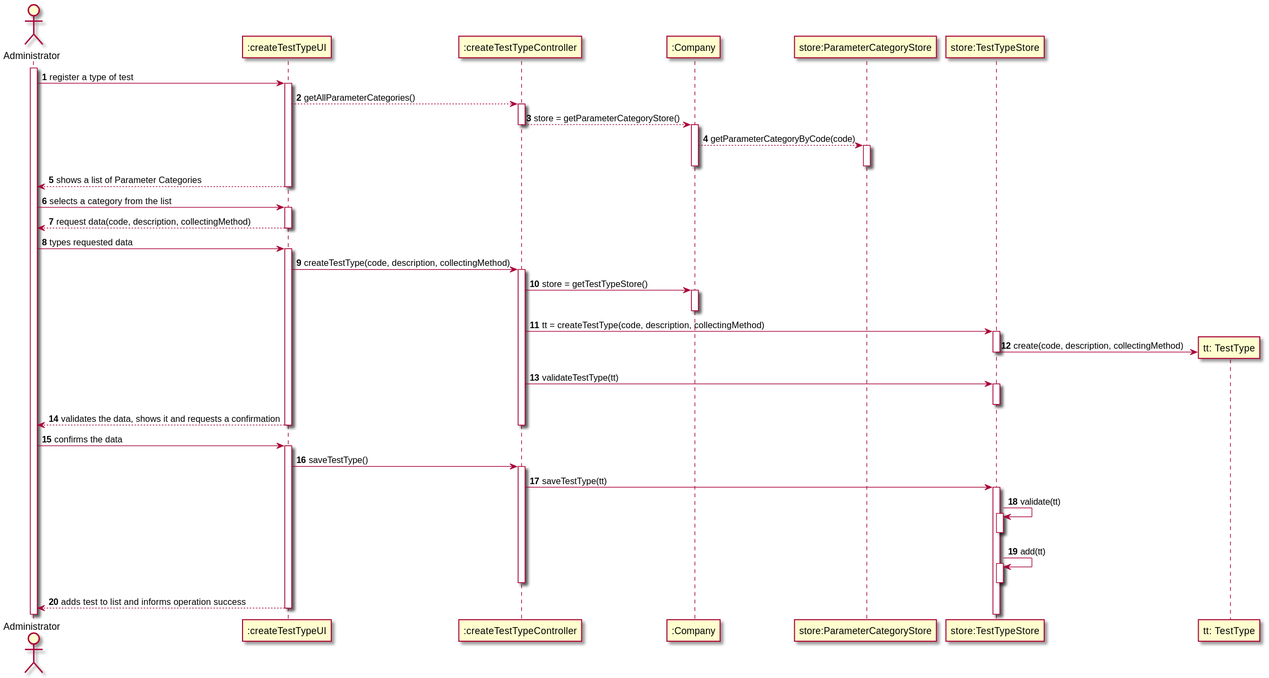
The PlantUML diagram docs/SprintB/US09/US09-SD.svg in 0franciscor/lei-21-s2-1de-g19, before a commit.
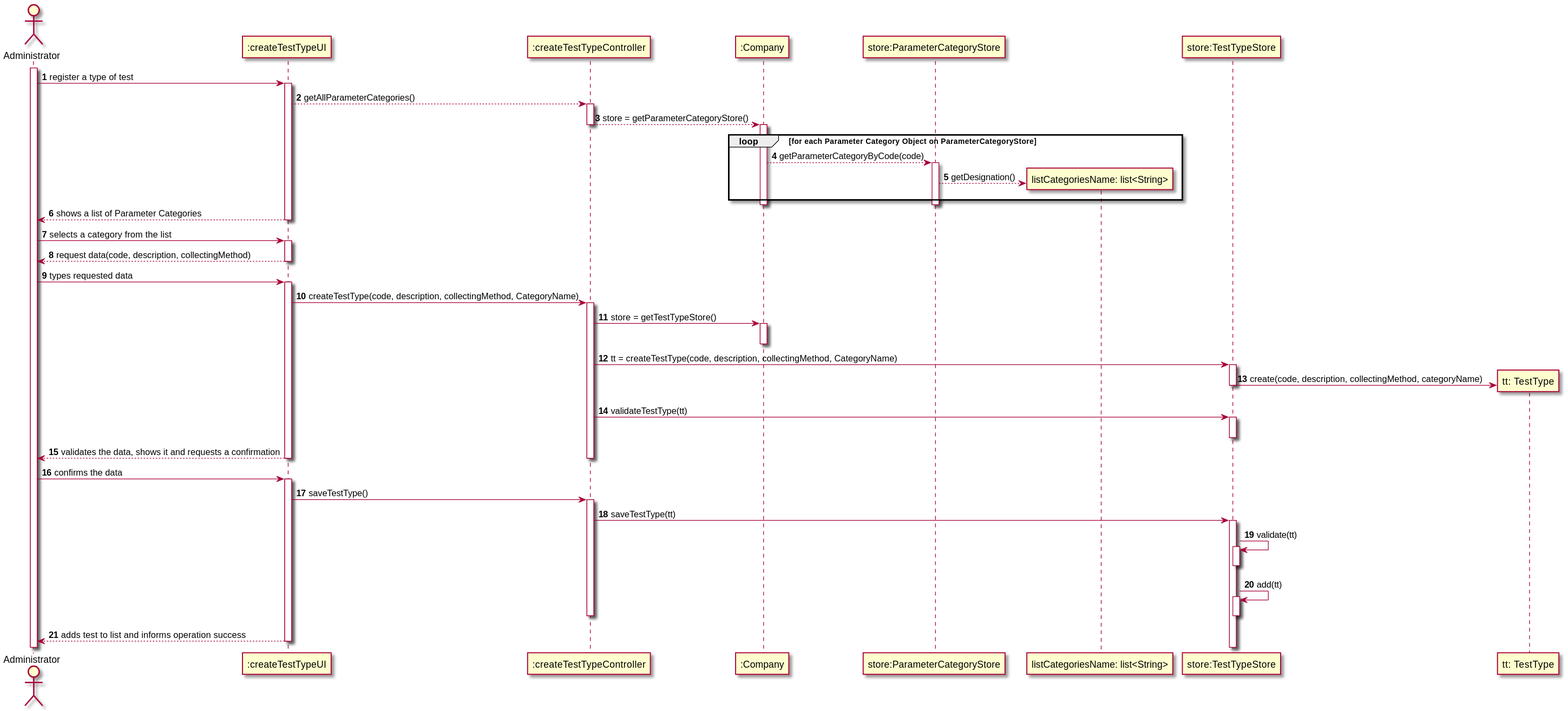
After the change.

The edit, as a diff of the source:
```diff
@@ -10,8 +10,12 @@
 ":createTestTypeController" --> ":Company": store = getParameterCategoryStore()
 deactivate ":createTestTypeController"
 activate ":Company"
+loop for each Parameter Category Object on ParameterCategoryStore
 ":Company" --> "store:ParameterCategoryStore": getParameterCategoryByCode(code)
 activate "store:ParameterCategoryStore"
+create "listCategoriesName: list<String>"
+"store:ParameterCategoryStore" --> "listCategoriesName: list<String>": getDesignation()
+end
 deactivate "store:ParameterCategoryStore"
 deactivate ":Company"
 ":createTestTypeUI" --> admin: shows a list of Parameter Categories
@@ -23,15 +27,15 @@
 deactivate ":createTestTypeUI"
 admin -> ":createTestTypeUI" : types requested data
 activate ":createTestTypeUI"
-":createTestTypeUI" -> ":createTestTypeController": createTestType(code, description, collectingMethod)
+":createTestTypeUI" -> ":createTestTypeController": createTestType(code, description, collectingMethod, CategoryName)
 activate ":createTestTypeController"
 ":createTestTypeController" -> ":Company" : store = getTestTypeStore()
 activate ":Company"
 deactivate ":Company"
-":createTestTypeController" -> "store:TestTypeStore" : tt = createTestType(code, description, collectingMethod)
+":createTestTypeController" -> "store:TestTypeStore" : tt = createTestType(code, description, collectingMethod, CategoryName)
 activate "store:TestTypeStore"
 create "tt: TestType"
-"store:TestTypeStore" -> "tt: TestType" : create(code, description, collectingMethod)
+"store:TestTypeStore" -> "tt: TestType" : create(code, description, collectingMethod, categoryName)
 deactivate "store:TestTypeStore"
 ":createTestTypeController" -> "store:TestTypeStore" : validateTestType(tt)
 activate "store:TestTypeStore"
@@ -43,7 +47,7 @@
 activate ":createTestTypeUI"
 ":createTestTypeUI" -> ":createTestTypeController": saveTestType()
 activate ":createTestTypeController"
-":createTestTypeController" -> "store:TestTypeStore" ++: saveTestType(tt)
+":createTestTypeController" -> "store:TestTypeStore"++ : saveTestType(tt)
 "store:TestTypeStore" -> "store:TestTypeStore": validate(tt)
 activate "store:TestTypeStore"
 deactivate "store:TestTypeStore"
```
